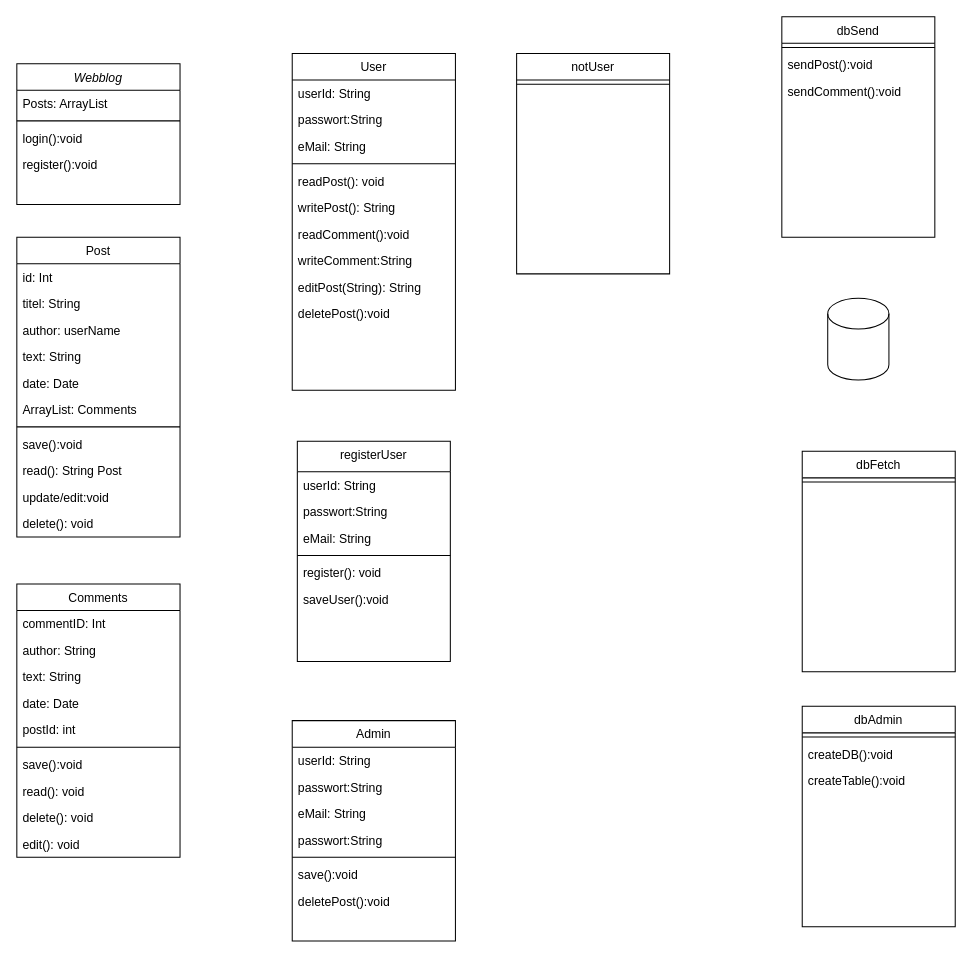
Above: Webblog/TeamUnbesiegbar.drawio in Brights-DevOps-2022-Script/Team-Unbesiegbar (draw.io), before the change. Source tidied: cells renumbered, new cells numbered last; positions are measured from the earlier drawing's top-left corner, leaving out a move shared by most shapes. Both pictures are drawn from the tidied source at 102%, with x=0, y=0 at pixel (16, 16).
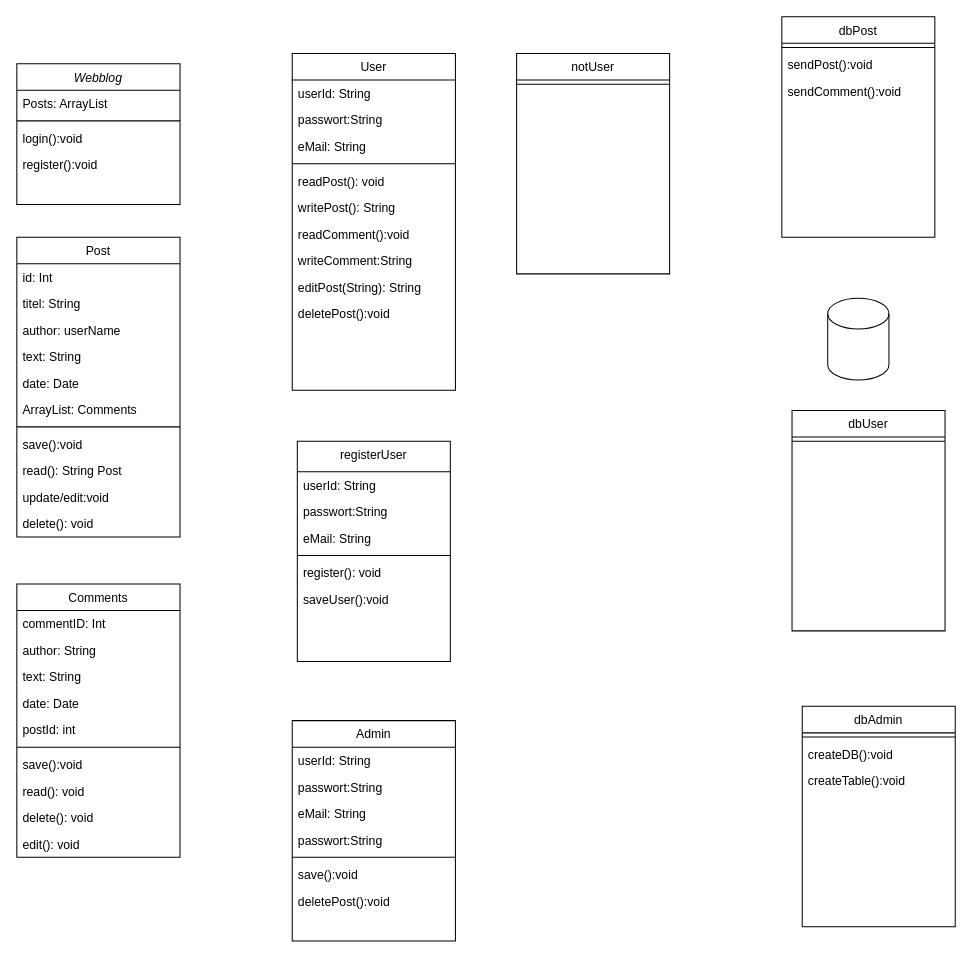
The same diagram, later.

The edit, as a diff of the source:
```diff
@@
-    <mxCell id="59" value="dbSend" style="swimlane;fontStyle=0;align=center;verticalAlign=top;horizontal=1;startSize=26;rounded=0;shadow=0;strokeWidth=1;" parent="1" vertex="1">
+    <mxCell id="59" value="dbPost" style="swimlane;fontStyle=0;align=center;verticalAlign=top;horizontal=1;startSize=26;rounded=0;shadow=0;strokeWidth=1;" parent="1" vertex="1">
       <mxGeometry x="750" width="150" height="216" as="geometry" />
     </mxCell>
@@
-    <mxCell id="63" value="dbFetch&#10;&#10;" style="swimlane;fontStyle=0;align=center;verticalAlign=top;horizontal=1;startSize=26;rounded=0;shadow=0;strokeWidth=1;" parent="1" vertex="1">
-      <mxGeometry x="770" y="426" width="150" height="216" as="geometry" />
+    <mxCell id="63" value="dbUser" style="swimlane;fontStyle=0;align=center;verticalAlign=top;horizontal=1;startSize=26;rounded=0;shadow=0;strokeWidth=1;" parent="1" vertex="1">
+      <mxGeometry x="760" y="386" width="150" height="216" as="geometry" />
     </mxCell>
```
